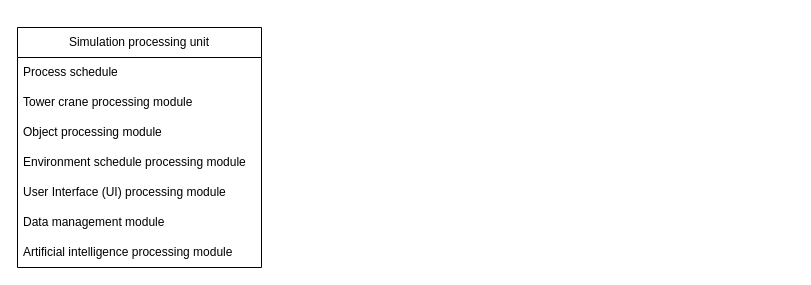
Above: Hoisting.drawio in RiemannLee19/UMLs (draw.io), before the change. Source tidied: cells renumbered, new cells numbered last; positions are measured from the earlier drawing's top-left corner, leaving out a move shared by most shapes. Both pictures are drawn from the tidied source at 100%, with x=0, y=0 at pixel (17, 27).
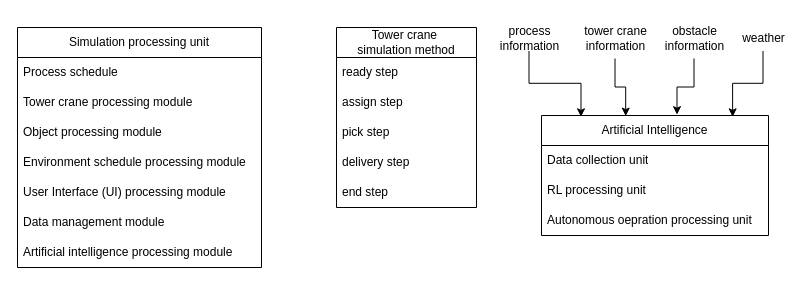
The same page after the edit.

What changed in the source:
```diff
@@
+    <mxCell id="10" value="tower crane&lt;div&gt;information&lt;/div&gt;" style="text;html=1;align=center;verticalAlign=middle;points=[];strokeColor=none;fillColor=none;" parent="1" vertex="1">
+      <mxGeometry x="557" y="-10" width="81" height="41" as="geometry" />
+    </mxCell>
+    <mxCell id="11" value="&lt;span style=&quot;text-align: left; text-wrap-mode: wrap;&quot;&gt;process information&lt;/span&gt;" style="text;html=1;align=center;verticalAlign=middle;points=[];strokeColor=none;fillColor=none;" parent="1" vertex="1">
+      <mxGeometry x="450" y="-2.5" width="123" height="26" as="geometry" />
+    </mxCell>
+    <mxCell id="12" value="obstacle&lt;div&gt;information&lt;/div&gt;" style="text;html=1;align=center;verticalAlign=middle;points=[];strokeColor=none;fillColor=none;" parent="1" vertex="1">
+      <mxGeometry x="638" y="-10" width="77" height="41" as="geometry" />
+    </mxCell>
+    <mxCell id="13" value="weather" style="text;html=1;align=center;verticalAlign=middle;points=[];strokeColor=none;fillColor=none;" parent="1" vertex="1">
+      <mxGeometry x="715" y="-2.5" width="61" height="26" as="geometry" />
+    </mxCell>
+    <mxCell id="14" value="Tower crane&amp;nbsp;&lt;div&gt;simulation method&lt;/div&gt;" style="swimlane;fontStyle=0;horizontal=1;startSize=30;whiteSpace=wrap;html=1;" parent="1" vertex="1">
+      <mxGeometry x="319" width="140" height="180" as="geometry" />
+    </mxCell>
+    <mxCell id="15" value="ready step" style="text;strokeColor=none;fillColor=none;align=left;verticalAlign=middle;spacingLeft=4;spacingRight=4;overflow=hidden;whiteSpace=wrap;html=1;" parent="14" vertex="1">
+      <mxGeometry y="30" width="140" height="30" as="geometry" />
+    </mxCell>
+    <mxCell id="16" value="assign step" style="text;strokeColor=none;fillColor=none;align=left;verticalAlign=middle;spacingLeft=4;spacingRight=4;overflow=hidden;whiteSpace=wrap;html=1;" parent="14" vertex="1">
+      <mxGeometry y="60" width="140" height="30" as="geometry" />
+    </mxCell>
+    <mxCell id="17" value="pick step" style="text;strokeColor=none;fillColor=none;align=left;verticalAlign=middle;spacingLeft=4;spacingRight=4;overflow=hidden;whiteSpace=wrap;html=1;" parent="14" vertex="1">
+      <mxGeometry y="90" width="140" height="30" as="geometry" />
+    </mxCell>
+    <mxCell id="18" value="delivery step" style="text;strokeColor=none;fillColor=none;align=left;verticalAlign=middle;spacingLeft=4;spacingRight=4;overflow=hidden;whiteSpace=wrap;html=1;" parent="14" vertex="1">
+      <mxGeometry y="120" width="140" height="30" as="geometry" />
+    </mxCell>
+    <mxCell id="19" value="end step" style="text;strokeColor=none;fillColor=none;align=left;verticalAlign=middle;spacingLeft=4;spacingRight=4;overflow=hidden;whiteSpace=wrap;html=1;" parent="14" vertex="1">
+      <mxGeometry y="150" width="140" height="30" as="geometry" />
+    </mxCell>
+    <mxCell id="20" value="Artificial Intelligence" style="swimlane;fontStyle=0;horizontal=1;startSize=30;whiteSpace=wrap;html=1;" parent="1" vertex="1">
+      <mxGeometry x="524" y="88" width="227" height="120" as="geometry" />
+    </mxCell>
+    <mxCell id="21" value="Data collection unit" style="text;strokeColor=none;fillColor=none;align=left;verticalAlign=middle;spacingLeft=4;spacingRight=4;overflow=hidden;whiteSpace=wrap;html=1;" parent="20" vertex="1">
+      <mxGeometry y="30" width="227" height="30" as="geometry" />
+    </mxCell>
+    <mxCell id="22" value="RL processing unit" style="text;strokeColor=none;fillColor=none;align=left;verticalAlign=middle;spacingLeft=4;spacingRight=4;overflow=hidden;whiteSpace=wrap;html=1;" parent="20" vertex="1">
+      <mxGeometry y="60" width="227" height="30" as="geometry" />
+    </mxCell>
+    <mxCell id="23" value="Autonomous oepration processing unit" style="text;strokeColor=none;fillColor=none;align=left;verticalAlign=middle;spacingLeft=4;spacingRight=4;overflow=hidden;whiteSpace=wrap;html=1;" parent="20" vertex="1">
+      <mxGeometry y="90" width="227" height="30" as="geometry" />
+    </mxCell>
+    <mxCell id="24" style="edgeStyle=orthogonalEdgeStyle;rounded=0;jettySize=auto;html=1;entryX=0.371;entryY=0.005;entryDx=0;entryDy=0;entryPerimeter=0;" parent="1" edge="1" source="10" target="20">
+      <mxGeometry relative="1" as="geometry" />
+    </mxCell>
+    <mxCell id="25" style="edgeStyle=orthogonalEdgeStyle;rounded=0;jettySize=auto;html=1;entryX=0.842;entryY=0.011;entryDx=0;entryDy=0;entryPerimeter=0;" parent="1" edge="1" source="13" target="20">
+      <mxGeometry relative="1" as="geometry" />
+    </mxCell>
+    <mxCell id="26" style="edgeStyle=orthogonalEdgeStyle;rounded=0;jettySize=auto;html=1;entryX=0.174;entryY=0.011;entryDx=0;entryDy=0;entryPerimeter=0;" parent="1" edge="1" source="11" target="20">
+      <mxGeometry relative="1" as="geometry" />
+    </mxCell>
+    <mxCell id="27" style="edgeStyle=orthogonalEdgeStyle;rounded=0;jettySize=auto;html=1;entryX=0.597;entryY=-0.007;entryDx=0;entryDy=0;entryPerimeter=0;" parent="1" edge="1" source="12" target="20">
+      <mxGeometry relative="1" as="geometry" />
+    </mxCell>
```
